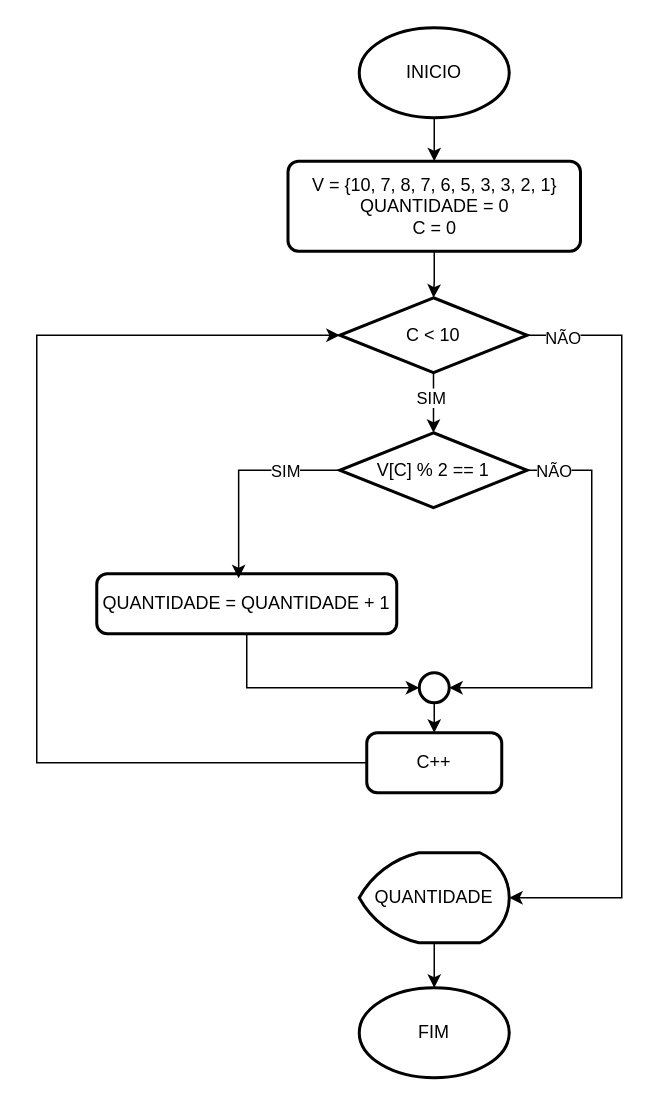
The draw.io diagram Simulado-13.drawio in gabriel-carvalhos/fluxogramas-bootcamp-cdb, before the edit. Source tidied: cells renumbered, new cells numbered last; positions are measured from the earlier drawing's top-left corner, leaving out a move shared by most shapes. Both pictures are drawn from the tidied source at 150%, with x=0, y=0 at pixel (36, 27).
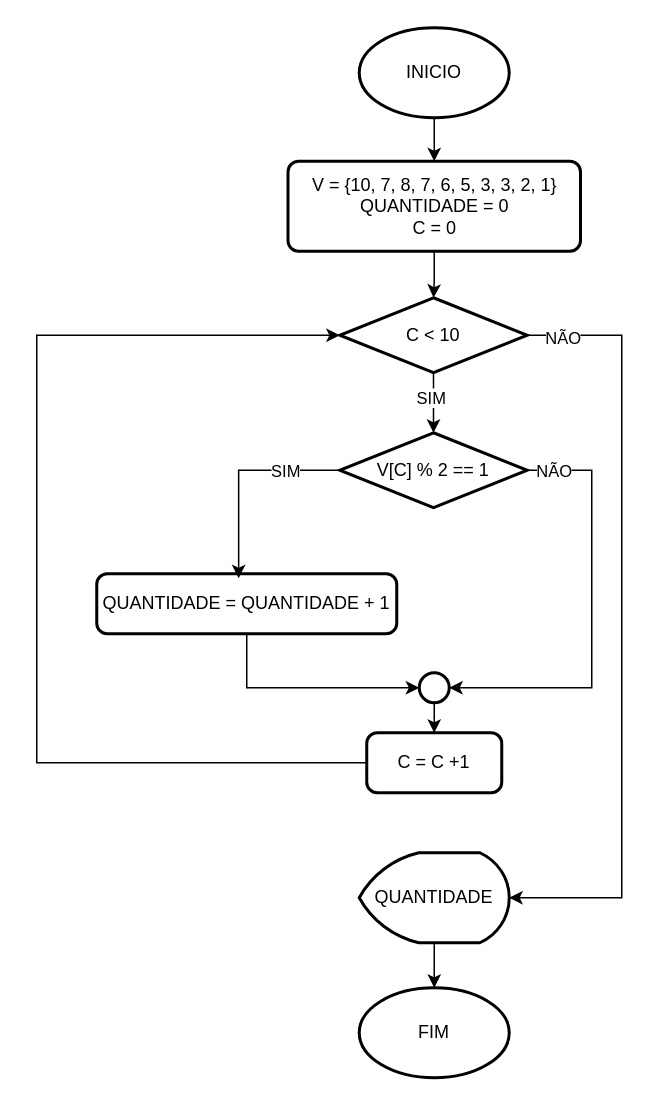
After the change.

Change to the diagram source:
```diff
@@
-    <mxCell id="14" value="&lt;div&gt;C++&lt;/div&gt;" style="rounded=1;whiteSpace=wrap;html=1;absoluteArcSize=1;arcSize=14;strokeWidth=2;" parent="1" vertex="1">
+    <mxCell id="14" value="&lt;div&gt;C = C +1&lt;/div&gt;" style="rounded=1;whiteSpace=wrap;html=1;absoluteArcSize=1;arcSize=14;strokeWidth=2;" parent="1" vertex="1">
       <mxGeometry x="220" y="470" width="90" height="40" as="geometry" />
     </mxCell>
```
